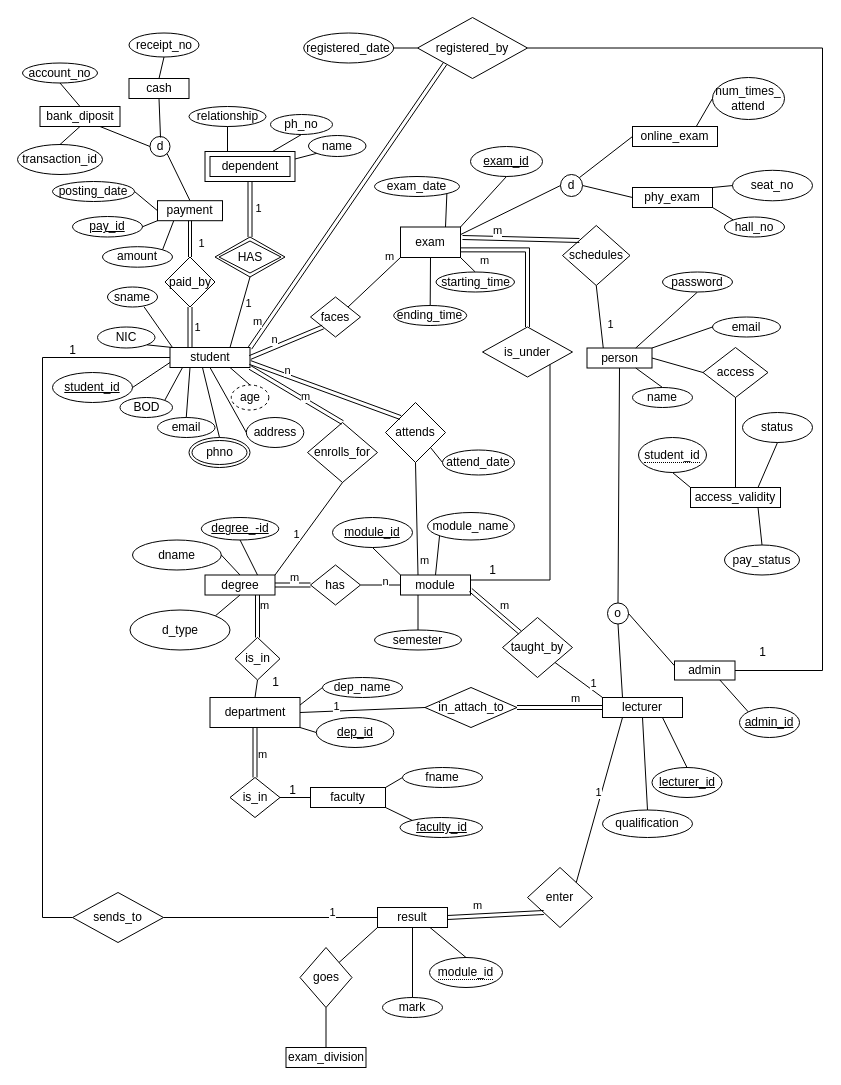
This is management.drawio from Dinuvi9170/NSBM-Green-University, a draw.io file, before an edit. Source tidied: cells renumbered, new cells numbered last; positions are measured from the earlier drawing's top-left corner, leaving out a move shared by most shapes. Both pictures are drawn from the tidied source at 100%, with x=0, y=0 at pixel (17, 17).
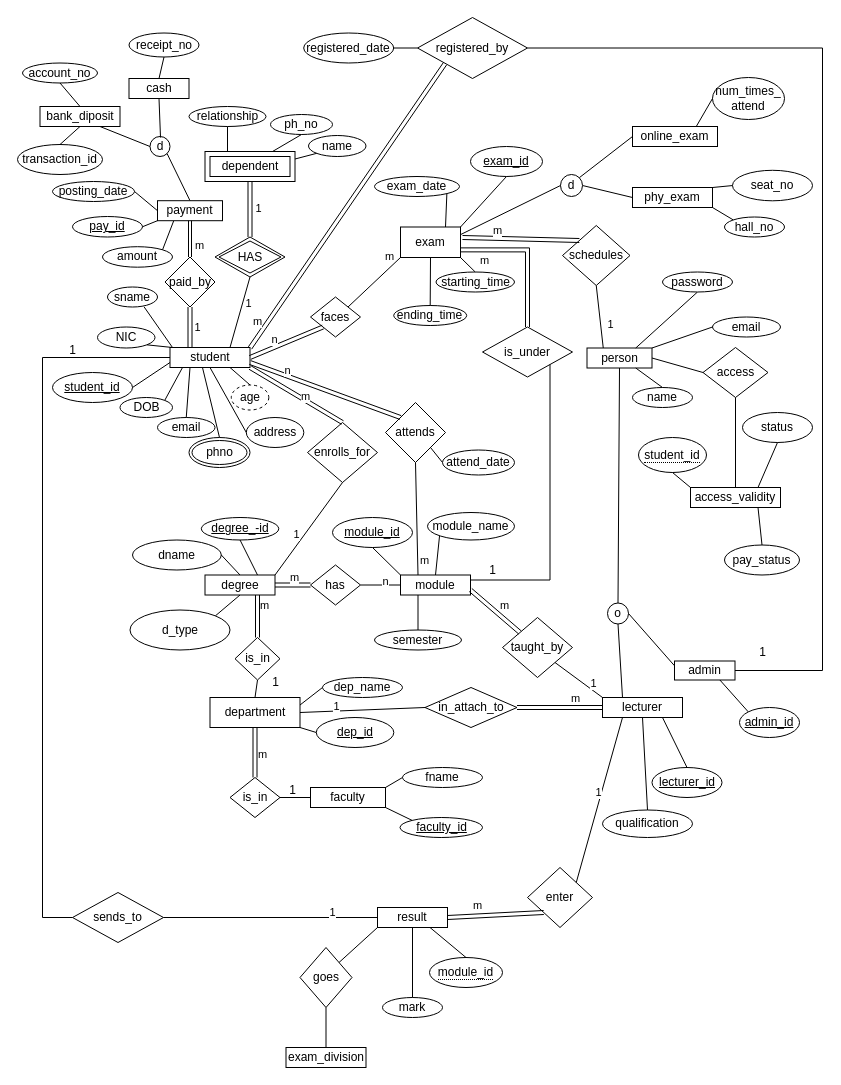
The same page after the edit.

Unchanged cells that the change refers to:
```xml
<mxCell id="168" style="shape=link;html=1;rounded=0;entryX=0.5;entryY=0;entryDx=0;entryDy=0;width=3;exitX=0.5;exitY=1;exitDx=0;exitDy=0;" parent="1" edge="1" source="167" target="19">
  <mxGeometry relative="1" as="geometry" />
</mxCell>
```

The edit, as a diff of the source:
```diff
@@
-    <mxCell id="62" value="BOD" style="ellipse;whiteSpace=wrap;html=1;align=center;" parent="1" vertex="1">
+    <mxCell id="62" value="DOB" style="ellipse;whiteSpace=wrap;html=1;align=center;" parent="1" vertex="1">
       <mxGeometry x="102.5" y="380" width="52.5" height="20" as="geometry" />
     </mxCell>
@@
-    <mxCell id="169" value="1" style="edgeLabel;html=1;align=center;verticalAlign=middle;" parent="168" vertex="1">
-      <mxGeometry x="0.06" y="1" relative="1" as="geometry">
-        <mxPoint x="10" y="3" as="offset" />
-      </mxGeometry>
-    </mxCell>
+    <mxCell id="210" value="m" style="edgeLabel;html=1;align=center;verticalAlign=middle;" parent="168" vertex="1">
+      <mxGeometry x="0.31" y="9" relative="1" as="geometry" />
+    </mxCell>
```
